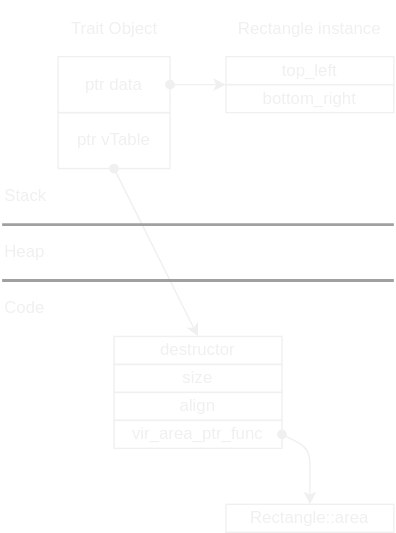
Before: docs/rust/memory_layout/images/trait_object.drawio.svg, a diagram exported from draw.io (htgithub194/self-study). Source tidied: cells renumbered, new cells last; positions are measured from the earlier drawing's top-left corner, leaving out a move shared by most shapes.
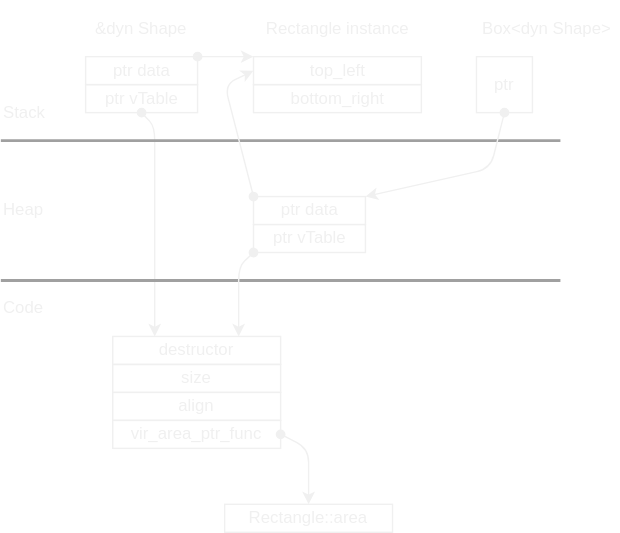
The same diagram one commit later.

Change to the diagram source:
```diff
@@ -2,26 +2,27 @@
   <root>
     <mxCell id="0" />
     <mxCell id="1" parent="0" />
-    <mxCell id="2" value="Trait Object" style="text;html=1;strokeColor=none;fillColor=none;align=center;verticalAlign=middle;whiteSpace=wrap;rounded=0;fontColor=#F0F0F0;" parent="1" vertex="1">
-      <mxGeometry x="40" width="81.2" height="40" as="geometry" />
+    <mxCell id="2" value="&amp;amp;dyn Shape" style="text;html=1;strokeColor=none;fillColor=none;align=center;verticalAlign=middle;whiteSpace=wrap;rounded=0;fontColor=#F0F0F0;" parent="1" vertex="1">
+      <mxGeometry x="60" width="81.2" height="40" as="geometry" />
     </mxCell>
-    <mxCell id="3" style="edgeStyle=none;html=1;entryX=0;entryY=0;entryDx=0;entryDy=0;strokeColor=#F0F0F0;startArrow=oval;startFill=1;" parent="1" edge="1" source="4" target="20">
+    <mxCell id="3" style="edgeStyle=none;html=1;strokeColor=#F0F0F0;startArrow=oval;startFill=1;entryX=0;entryY=0;entryDx=0;entryDy=0;exitX=1;exitY=0;exitDx=0;exitDy=0;" parent="1" edge="1" source="4" target="19">
       <mxGeometry relative="1" as="geometry" />
     </mxCell>
     <mxCell id="4" value="ptr data" style="rounded=0;whiteSpace=wrap;html=1;flipH=1;flipV=1;fillColor=none;fontColor=#F0F0F0;strokeColor=#F0F0F0;" parent="1" vertex="1">
-      <mxGeometry x="40" y="40" width="80" height="40" as="geometry" />
+      <mxGeometry x="60.6" y="40" width="80" height="20" as="geometry" />
     </mxCell>
-    <mxCell id="5" style="edgeStyle=none;html=1;exitX=0.5;exitY=1;exitDx=0;exitDy=0;entryX=0.5;entryY=0;entryDx=0;entryDy=0;strokeColor=#F0F0F0;startArrow=oval;startFill=1;" parent="1" edge="1" source="6" target="9">
-      <mxGeometry relative="1" as="geometry" />
+    <mxCell id="5" style="edgeStyle=none;html=1;exitX=0.5;exitY=1;exitDx=0;exitDy=0;entryX=0.25;entryY=0;entryDx=0;entryDy=0;strokeColor=#F0F0F0;startArrow=oval;startFill=1;" parent="1" edge="1" source="6" target="9">
+      <mxGeometry relative="1" as="geometry">
+        <Array as="points">
+          <mxPoint x="110" y="90" />
+        </Array>
+      </mxGeometry>
     </mxCell>
-    <mxCell id="6" value="ptr vTable" style="rounded=0;whiteSpace=wrap;html=1;flipH=1;flipV=1;fillColor=none;fontColor=#F0F0F0;strokeColor=#F0F0F0;" parent="1" vertex="1">
-      <mxGeometry x="40" y="80" width="80" height="40" as="geometry" />
-    </mxCell>
     <mxCell id="7" value="Heap" style="text;html=1;strokeColor=none;fillColor=none;align=left;verticalAlign=middle;whiteSpace=wrap;rounded=0;fontColor=#F0F0F0;" parent="1" vertex="1">
-      <mxGeometry y="160" width="80" height="40" as="geometry" />
+      <mxGeometry y="130" width="80" height="40" as="geometry" />
     </mxCell>
     <mxCell id="8" value="Stack" style="text;html=1;strokeColor=none;fillColor=none;align=left;verticalAlign=middle;whiteSpace=wrap;rounded=0;fontColor=#F0F0F0;rotation=0;" parent="1" vertex="1">
-      <mxGeometry y="120" width="80" height="40" as="geometry" />
+      <mxGeometry y="60" width="80" height="40" as="geometry" />
     </mxCell>
     <mxCell id="9" value="destructor" style="rounded=0;whiteSpace=wrap;html=1;flipH=1;flipV=1;fillColor=none;fontColor=#F0F0F0;strokeColor=#F0F0F0;" parent="1" vertex="1">
       <mxGeometry x="80" y="240" width="120" height="20" as="geometry" />
@@ -41,13 +42,13 @@
     </mxCell>
     <mxCell id="13" style="endArrow=none;html=1;strokeColor=#A0A0A0;strokeWidth=2;" parent="1" edge="1">
       <mxGeometry relative="1" as="geometry">
-        <mxPoint y="160" as="sourcePoint" />
-        <mxPoint x="280" y="160" as="targetPoint" />
+        <mxPoint y="100" as="sourcePoint" />
+        <mxPoint x="400" y="100" as="targetPoint" />
       </mxGeometry>
     </mxCell>
     <mxCell id="14" style="endArrow=none;html=1;strokeColor=#A0A0A0;strokeWidth=2;startArrow=none;exitX=0;exitY=0;exitDx=0;exitDy=0;" parent="1" edge="1" source="16">
       <mxGeometry relative="1" as="geometry">
-        <mxPoint x="280" y="200" as="targetPoint" />
+        <mxPoint x="400" y="200" as="targetPoint" />
       </mxGeometry>
     </mxCell>
     <mxCell id="15" style="endArrow=none;html=1;strokeColor=#A0A0A0;strokeWidth=2;" parent="1" edge="1" target="16">
@@ -65,13 +66,49 @@
       <mxGeometry x="80" y="280" width="120" height="20" as="geometry" />
     </mxCell>
     <mxCell id="19" value="top_left" style="rounded=0;whiteSpace=wrap;html=1;flipH=1;flipV=1;fillColor=none;fontColor=#F0F0F0;strokeColor=#F0F0F0;" parent="1" vertex="1">
-      <mxGeometry x="160" y="40" width="120" height="20" as="geometry" />
+      <mxGeometry x="180.6" y="40" width="120" height="20" as="geometry" />
     </mxCell>
     <mxCell id="20" value="bottom_right" style="rounded=0;whiteSpace=wrap;html=1;flipH=1;flipV=1;fillColor=none;fontColor=#F0F0F0;strokeColor=#F0F0F0;" parent="1" vertex="1">
-      <mxGeometry x="160" y="60" width="120" height="20" as="geometry" />
+      <mxGeometry x="180.6" y="60" width="120" height="20" as="geometry" />
     </mxCell>
     <mxCell id="21" value="Rectangle instance" style="text;html=1;strokeColor=none;fillColor=none;align=center;verticalAlign=middle;whiteSpace=wrap;rounded=0;fontColor=#F0F0F0;" parent="1" vertex="1">
-      <mxGeometry x="160" width="120" height="40" as="geometry" />
+      <mxGeometry x="180.6" width="120" height="40" as="geometry" />
     </mxCell>
+    <mxCell id="22" style="edgeStyle=none;html=1;entryX=0;entryY=0.5;entryDx=0;entryDy=0;exitX=0;exitY=0;exitDx=0;exitDy=0;startArrow=oval;startFill=1;strokeColor=#F0F0F0;" parent="1" edge="1" source="23" target="19">
+      <mxGeometry relative="1" as="geometry">
+        <Array as="points">
+          <mxPoint x="160" y="60" />
+        </Array>
+      </mxGeometry>
+    </mxCell>
+    <mxCell id="23" value="ptr data" style="rounded=0;whiteSpace=wrap;html=1;flipH=1;flipV=1;fillColor=none;fontColor=#F0F0F0;strokeColor=#F0F0F0;" parent="1" vertex="1">
+      <mxGeometry x="180.6" y="140" width="80" height="20" as="geometry" />
+    </mxCell>
+    <mxCell id="24" style="edgeStyle=none;html=1;entryX=0.75;entryY=0;entryDx=0;entryDy=0;exitX=0;exitY=1;exitDx=0;exitDy=0;startArrow=oval;startFill=1;strokeColor=#F0F0F0;" parent="1" edge="1" source="25" target="9">
+      <mxGeometry relative="1" as="geometry">
+        <Array as="points">
+          <mxPoint x="170" y="190" />
+        </Array>
+      </mxGeometry>
+    </mxCell>
+    <mxCell id="25" value="ptr vTable" style="rounded=0;whiteSpace=wrap;html=1;flipH=1;flipV=1;fillColor=none;fontColor=#F0F0F0;strokeColor=#F0F0F0;" parent="1" vertex="1">
+      <mxGeometry x="180.6" y="160" width="80" height="20" as="geometry" />
+    </mxCell>
+    <mxCell id="6" value="ptr vTable" style="rounded=0;whiteSpace=wrap;html=1;flipH=1;flipV=1;fillColor=none;fontColor=#F0F0F0;strokeColor=#F0F0F0;" parent="1" vertex="1">
+      <mxGeometry x="60.6" y="60" width="80" height="20" as="geometry" />
+    </mxCell>
+    <mxCell id="26" style="edgeStyle=none;html=1;entryX=1;entryY=0;entryDx=0;entryDy=0;strokeColor=#F0F0F0;startArrow=oval;startFill=1;exitX=0.5;exitY=1;exitDx=0;exitDy=0;" parent="1" edge="1" source="27" target="23">
+      <mxGeometry relative="1" as="geometry">
+        <Array as="points">
+          <mxPoint x="350" y="120" />
+        </Array>
+      </mxGeometry>
+    </mxCell>
+    <mxCell id="27" value="ptr" style="rounded=0;whiteSpace=wrap;html=1;flipH=1;flipV=1;fillColor=none;fontColor=#F0F0F0;strokeColor=#F0F0F0;" parent="1" vertex="1">
+      <mxGeometry x="340" y="40" width="40" height="40" as="geometry" />
+    </mxCell>
+    <mxCell id="28" value="Box&amp;lt;dyn Shape&amp;gt;" style="text;html=1;strokeColor=none;fillColor=none;align=center;verticalAlign=middle;whiteSpace=wrap;rounded=0;fontColor=#F0F0F0;" parent="1" vertex="1">
+      <mxGeometry x="340" width="100.6" height="40" as="geometry" />
+    </mxCell>
   </root>
 </mxGraphModel>
```
